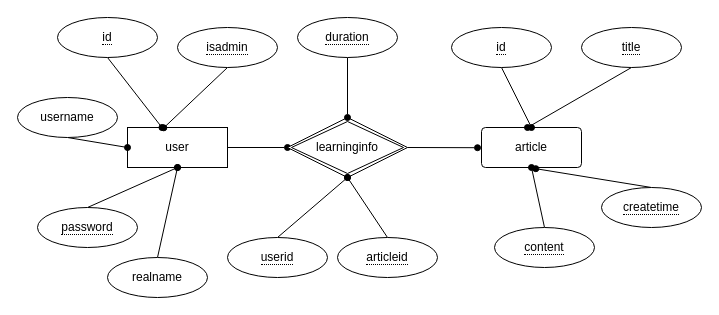
This is Untitled Diagram.drawio from suckitfa/-, a draw.io file, before an edit. Source tidied: cells renumbered, new cells numbered last; positions are measured from the earlier drawing's top-left corner, leaving out a move shared by most shapes. Both pictures are drawn from the tidied source at 100%, with x=0, y=0 at pixel (17, 17).
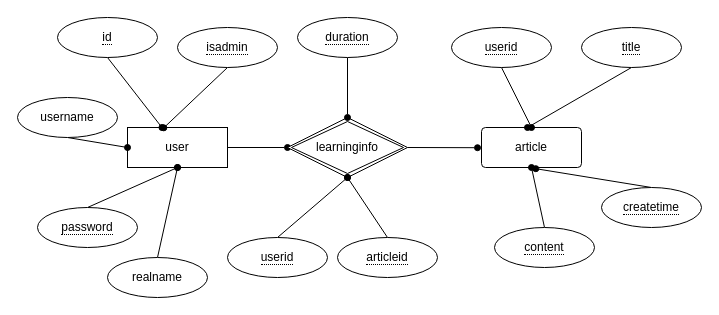
The same page after the edit.

What changed in the source:
```diff
@@
-    <mxCell id="12" value="&lt;span style=&quot;border-bottom: 1px dotted&quot;&gt;id&lt;br&gt;&lt;/span&gt;" style="ellipse;whiteSpace=wrap;html=1;align=center;" parent="1" vertex="1">
+    <mxCell id="12" value="&lt;span style=&quot;border-bottom: 1px dotted&quot;&gt;userid&lt;br&gt;&lt;/span&gt;" style="ellipse;whiteSpace=wrap;html=1;align=center;" parent="1" vertex="1">
       <mxGeometry x="434" y="10" width="100" height="40" as="geometry" />
     </mxCell>
```
